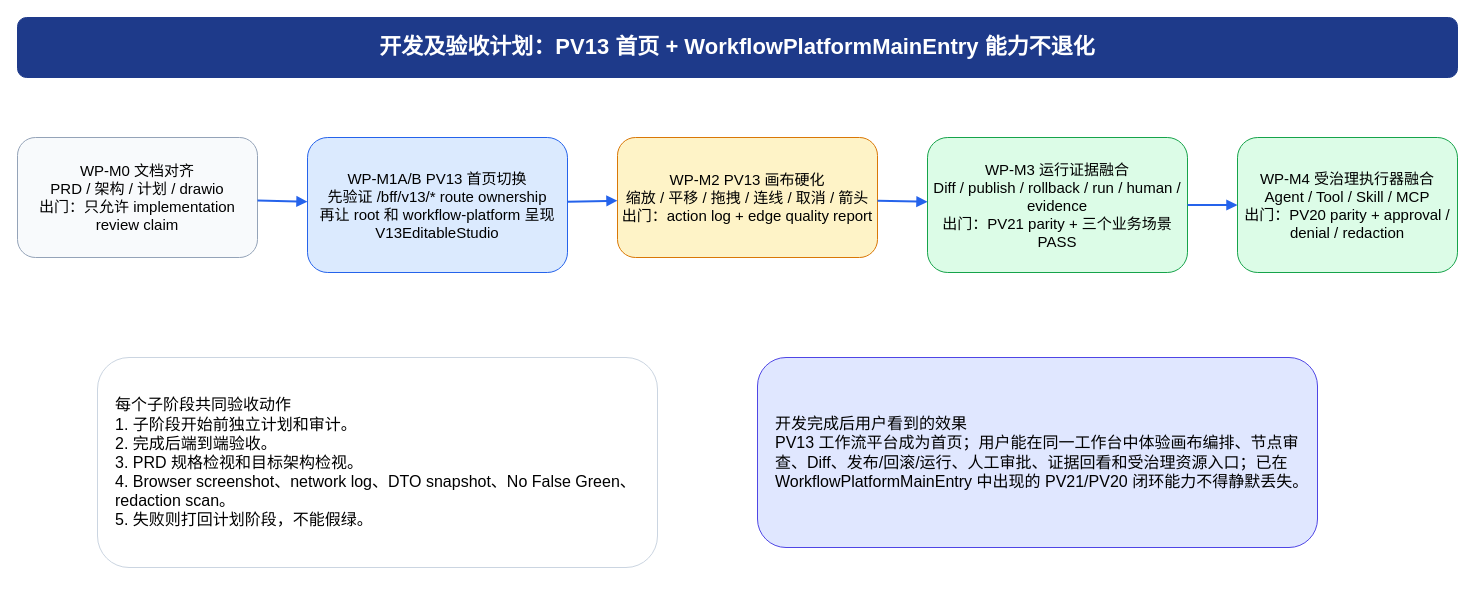
Above: page "开发及验收计划" (4 of 7) of docs/design/V12-V15.x/workflow_platform_main_entry_gap_analysis.drawio in ljx418/harnessOS (draw.io), before the change. Source tidied: cells renumbered, new cells numbered last; positions are measured from the earlier drawing's top-left corner, leaving out a move shared by most shapes. Both pictures are drawn from the tidied source at 100%, with x=0, y=0 at pixel (17, 17).
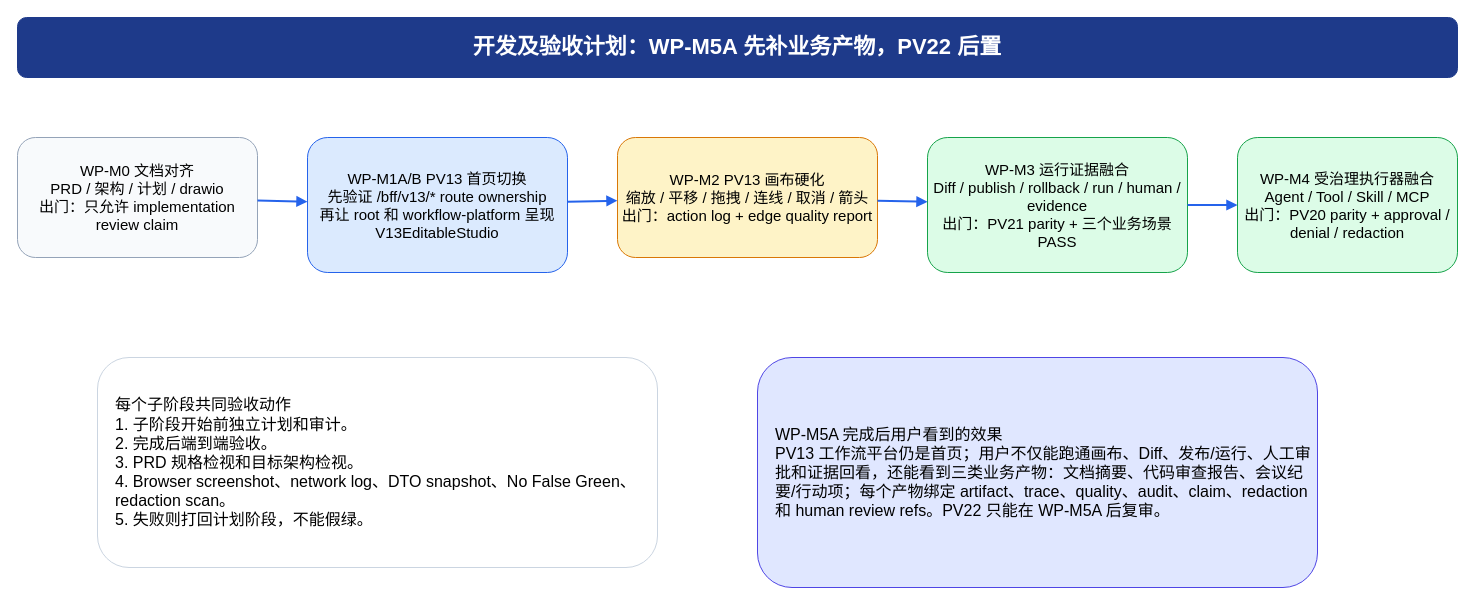
The same page after the edit.

The edit, as a diff of the source:
```diff
@@
 <mxGraphModel>
   <root>
     <mxCell id="0" />
     <mxCell id="1" parent="0" />
-    <mxCell id="2" value="开发及验收计划：PV13 首页 + WorkflowPlatformMainEntry 能力不退化" style="rounded=1;whiteSpace=wrap;html=1;fillColor=#1E3A8A;fontColor=#FFFFFF;strokeColor=#1E3A8A;fontSize=22;fontStyle=1;" parent="1" vertex="1">
+    <mxCell id="2" value="开发及验收计划：WP-M5A 先补业务产物，PV22 后置" style="rounded=1;whiteSpace=wrap;html=1;fillColor=#1E3A8A;fontColor=#FFFFFF;strokeColor=#1E3A8A;fontSize=22;fontStyle=1;" parent="1" vertex="1">
       <mxGeometry width="1440" height="60" as="geometry" />
     </mxCell>
     <mxCell id="3" value="WP-M0 文档对齐&lt;br&gt;PRD / 架构 / 计划 / drawio&lt;br&gt;出门：只允许 implementation review claim" style="rounded=1;whiteSpace=wrap;html=1;fillColor=#F8FAFC;strokeColor=#94A3B8;fontSize=15;" parent="1" vertex="1">
       <mxGeometry y="120" width="240" height="120" as="geometry" />
     </mxCell>
     <mxCell id="4" value="WP-M1A/B PV13 首页切换&lt;br&gt;先验证 /bff/v13/* route ownership&lt;br&gt;再让 root 和 workflow-platform 呈现 V13EditableStudio" style="rounded=1;whiteSpace=wrap;html=1;fillColor=#DBEAFE;strokeColor=#2563EB;fontSize=15;" parent="1" vertex="1">
       <mxGeometry x="290" y="120" width="260" height="135" as="geometry" />
     </mxCell>
     <mxCell id="5" value="WP-M2 PV13 画布硬化&lt;br&gt;缩放 / 平移 / 拖拽 / 连线 / 取消 / 箭头&lt;br&gt;出门：action log + edge quality report" style="rounded=1;whiteSpace=wrap;html=1;fillColor=#FEF3C7;strokeColor=#D97706;fontSize=15;" parent="1" vertex="1">
       <mxGeometry x="600" y="120" width="260" height="120" as="geometry" />
     </mxCell>
     <mxCell id="6" value="WP-M3 运行证据融合&lt;br&gt;Diff / publish / rollback / run / human / evidence&lt;br&gt;出门：PV21 parity + 三个业务场景 PASS" style="rounded=1;whiteSpace=wrap;html=1;fillColor=#DCFCE7;strokeColor=#16A34A;fontSize=15;" parent="1" vertex="1">
       <mxGeometry x="910" y="120" width="260" height="135" as="geometry" />
     </mxCell>
     <mxCell id="7" value="WP-M4 受治理执行器融合&lt;br&gt;Agent / Tool / Skill / MCP&lt;br&gt;出门：PV20 parity + approval / denial / redaction" style="rounded=1;whiteSpace=wrap;html=1;fillColor=#DCFCE7;strokeColor=#16A34A;fontSize=15;" parent="1" vertex="1">
       <mxGeometry x="1220" y="120" width="220" height="135" as="geometry" />
     </mxCell>
     <mxCell id="8" style="endArrow=block;html=1;strokeColor=#2563EB;strokeWidth=2;" parent="1" edge="1" source="3" target="4">
       <mxGeometry relative="1" as="geometry" />
     </mxCell>
     <mxCell id="9" style="endArrow=block;html=1;strokeColor=#2563EB;strokeWidth=2;" parent="1" edge="1" source="4" target="5">
       <mxGeometry relative="1" as="geometry" />
     </mxCell>
     <mxCell id="10" style="endArrow=block;html=1;strokeColor=#2563EB;strokeWidth=2;" parent="1" edge="1" source="5" target="6">
       <mxGeometry relative="1" as="geometry" />
     </mxCell>
     <mxCell id="11" style="endArrow=block;html=1;strokeColor=#2563EB;strokeWidth=2;" parent="1" edge="1" source="6" target="7">
       <mxGeometry relative="1" as="geometry" />
     </mxCell>
     <mxCell id="12" value="每个子阶段共同验收动作&lt;br&gt;1. 子阶段开始前独立计划和审计。&lt;br&gt;2. 完成后端到端验收。&lt;br&gt;3. PRD 规格检视和目标架构检视。&lt;br&gt;4. Browser screenshot、network log、DTO snapshot、No False Green、redaction scan。&lt;br&gt;5. 失败则打回计划阶段，不能假绿。" style="rounded=1;whiteSpace=wrap;html=1;fillColor=#FFFFFF;strokeColor=#CBD5E1;fontSize=16;align=left;spacingLeft=16;" parent="1" vertex="1">
       <mxGeometry x="80" y="340" width="560" height="210" as="geometry" />
     </mxCell>
-    <mxCell id="13" value="开发完成后用户看到的效果&lt;br&gt;PV13 工作流平台成为首页；用户能在同一工作台中体验画布编排、节点审查、Diff、发布/回滚/运行、人工审批、证据回看和受治理资源入口；已在 WorkflowPlatformMainEntry 中出现的 PV21/PV20 闭环能力不得静默丢失。" style="rounded=1;whiteSpace=wrap;html=1;fillColor=#E0E7FF;strokeColor=#4F46E5;fontSize=16;align=left;spacingLeft=16;" parent="1" vertex="1">
-      <mxGeometry x="740" y="340" width="560" height="190" as="geometry" />
+    <mxCell id="13" value="WP-M5A 完成后用户看到的效果&lt;br&gt;PV13 工作流平台仍是首页；用户不仅能跑通画布、Diff、发布/运行、人工审批和证据回看，还能看到三类业务产物：文档摘要、代码审查报告、会议纪要/行动项；每个产物绑定 artifact、trace、quality、audit、claim、redaction 和 human review refs。PV22 只能在 WP-M5A 后复审。" style="rounded=1;whiteSpace=wrap;html=1;fillColor=#E0E7FF;strokeColor=#4F46E5;fontSize=16;align=left;spacingLeft=16;" parent="1" vertex="1">
+      <mxGeometry x="740" y="340" width="560" height="230" as="geometry" />
     </mxCell>
   </root>
 </mxGraphModel>
```
